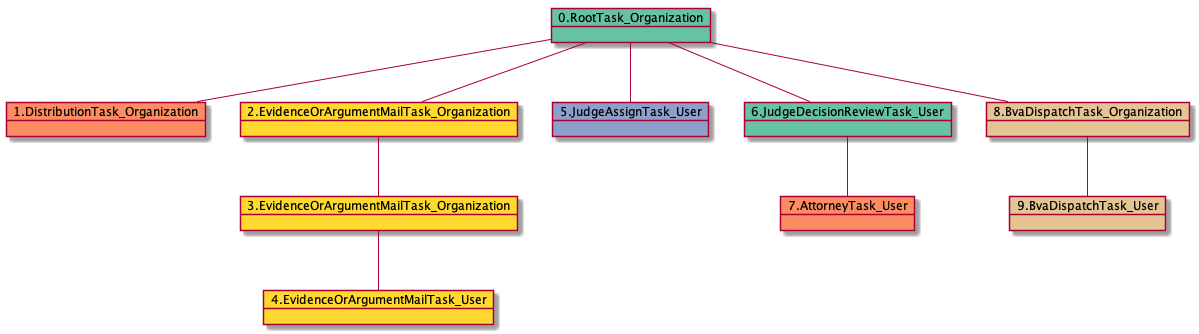
Before: docs-DR/uml/RTO.DTO.EOAMTO.EOAMTO.EOAMTU.JATU.JDRTU.ATU-10213.png, a diagram exported from PlantUML (yoomlam/graphing). Its diagram source:
```plantuml
@startuml
object 0.RootTask_Organization #66c2a5
object 1.DistributionTask_Organization #fc8d62
object 2.EvidenceOrArgumentMailTask_Organization #ffd92f
object 3.EvidenceOrArgumentMailTask_Organization #ffd92f
object 4.EvidenceOrArgumentMailTask_User #ffd92f
object 5.JudgeAssignTask_User #8da0cb
object 6.JudgeDecisionReviewTask_User #66c2a5
object 7.AttorneyTask_User #fc8d62
object 8.BvaDispatchTask_Organization #e5c494
object 9.BvaDispatchTask_User #e5c494
0.RootTask_Organization -- 1.DistributionTask_Organization
0.RootTask_Organization -- 2.EvidenceOrArgumentMailTask_Organization
2.EvidenceOrArgumentMailTask_Organization -- 3.EvidenceOrArgumentMailTask_Organization
3.EvidenceOrArgumentMailTask_Organization -- 4.EvidenceOrArgumentMailTask_User
0.RootTask_Organization -- 5.JudgeAssignTask_User
0.RootTask_Organization -- 6.JudgeDecisionReviewTask_User
6.JudgeDecisionReviewTask_User -- 7.AttorneyTask_User
0.RootTask_Organization -- 8.BvaDispatchTask_Organization
8.BvaDispatchTask_Organization -- 9.BvaDispatchTask_User
@enduml
```
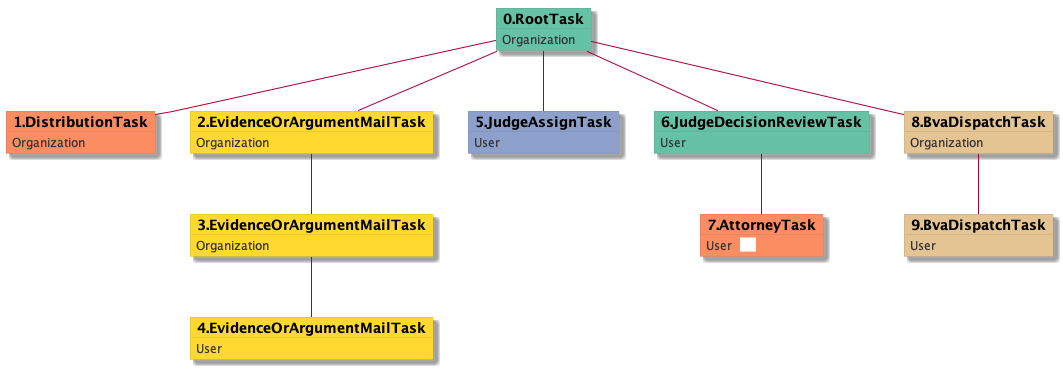
Above is the later version.

What changed in the source:
```diff
@@ -1,21 +1,49 @@
 @startuml
-object 0.RootTask_Organization #66c2a5
-object 1.DistributionTask_Organization #fc8d62
-object 2.EvidenceOrArgumentMailTask_Organization #ffd92f
-object 3.EvidenceOrArgumentMailTask_Organization #ffd92f
-object 4.EvidenceOrArgumentMailTask_User #ffd92f
-object 5.JudgeAssignTask_User #8da0cb
-object 6.JudgeDecisionReviewTask_User #66c2a5
-object 7.AttorneyTask_User #fc8d62
-object 8.BvaDispatchTask_Organization #e5c494
-object 9.BvaDispatchTask_User #e5c494
-0.RootTask_Organization -- 1.DistributionTask_Organization
-0.RootTask_Organization -- 2.EvidenceOrArgumentMailTask_Organization
-2.EvidenceOrArgumentMailTask_Organization -- 3.EvidenceOrArgumentMailTask_Organization
-3.EvidenceOrArgumentMailTask_Organization -- 4.EvidenceOrArgumentMailTask_User
-0.RootTask_Organization -- 5.JudgeAssignTask_User
-0.RootTask_Organization -- 6.JudgeDecisionReviewTask_User
-6.JudgeDecisionReviewTask_User -- 7.AttorneyTask_User
-0.RootTask_Organization -- 8.BvaDispatchTask_Organization
-8.BvaDispatchTask_Organization -- 9.BvaDispatchTask_User
+skinparam {
+  ObjectBorderColor #555
+  ObjectBorderThickness 0
+  ObjectFontStyle bold
+  ObjectFontSize 14
+  ObjectAttributeFontColor #333
+  ObjectAttributeFontSize 12
+}
+  object 0.RootTask #66c2a5 {
+Organization
+}
+  object 1.DistributionTask #fc8d62 {
+Organization
+}
+  object 2.EvidenceOrArgumentMailTask #ffd92f {
+Organization
+}
+  object 3.EvidenceOrArgumentMailTask #ffd92f {
+Organization
+}
+  object 4.EvidenceOrArgumentMailTask #ffd92f {
+User
+}
+  object 5.JudgeAssignTask #8da0cb {
+User
+}
+  object 6.JudgeDecisionReviewTask #66c2a5 {
+User
+}
+  object 7.AttorneyTask #fc8d62 {
+User  <back:white>    </back>
+}
+  object 8.BvaDispatchTask #e5c494 {
+Organization
+}
+  object 9.BvaDispatchTask #e5c494 {
+User
+}
+0.RootTask -- 1.DistributionTask
+0.RootTask -- 2.EvidenceOrArgumentMailTask
+2.EvidenceOrArgumentMailTask -- 3.EvidenceOrArgumentMailTask
+3.EvidenceOrArgumentMailTask -- 4.EvidenceOrArgumentMailTask
+0.RootTask -- 5.JudgeAssignTask
+0.RootTask -- 6.JudgeDecisionReviewTask
+6.JudgeDecisionReviewTask -- 7.AttorneyTask
+0.RootTask -- 8.BvaDispatchTask
+8.BvaDispatchTask -- 9.BvaDispatchTask
 @enduml
```
